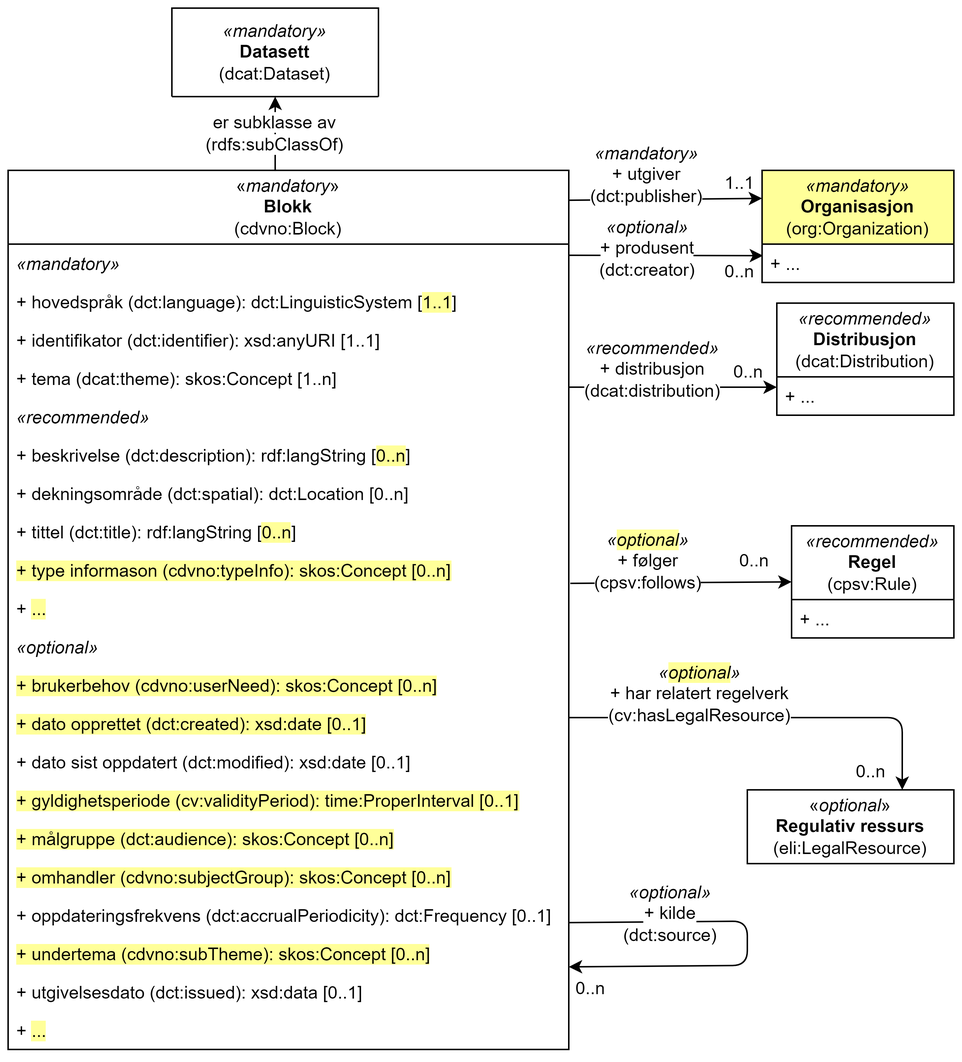
Before: docs/images/cdvno-block.png, a diagram exported from draw.io (Informasjonsforvaltning/cdvno). Source tidied: cells renumbered, new cells last; positions are measured from the earlier drawing's top-left corner, leaving out a move shared by most shapes.
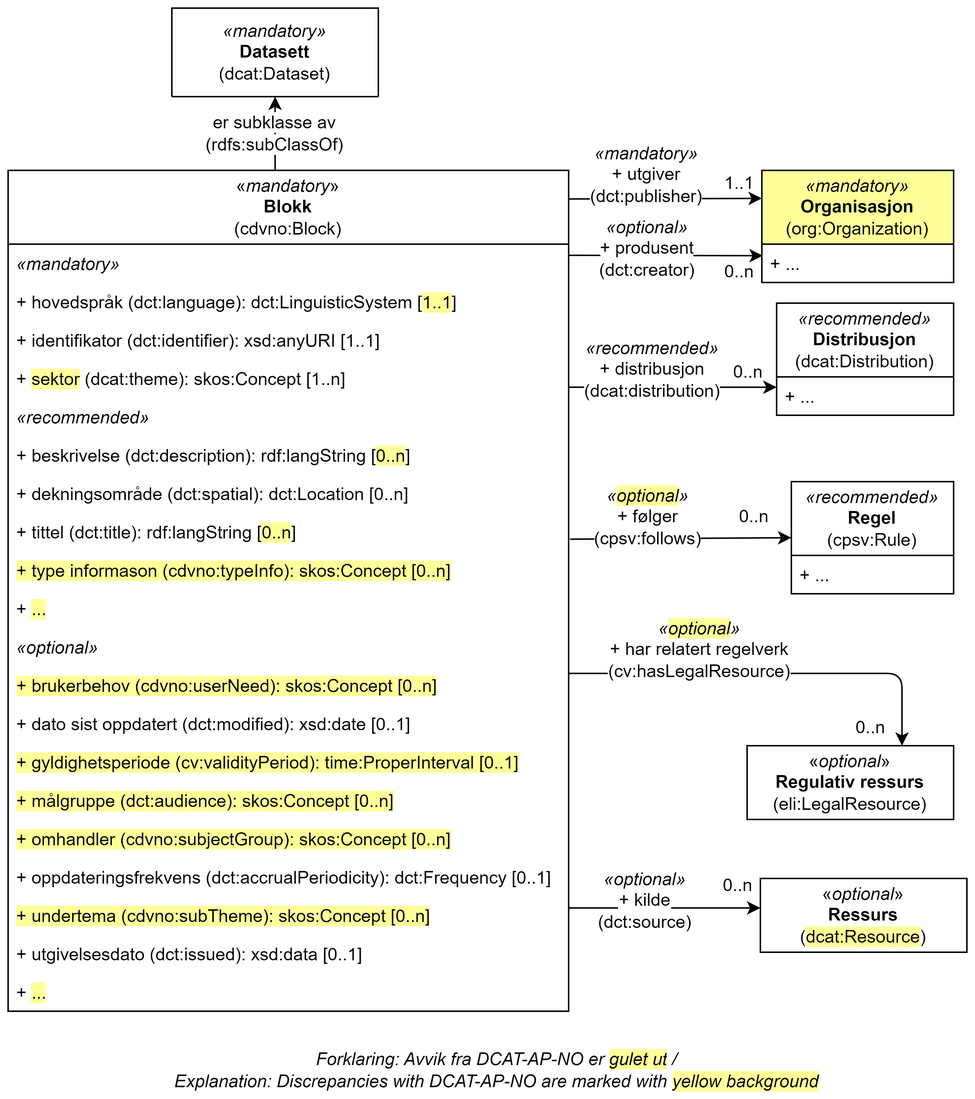
After the change.

Change to the diagram source:
```diff
@@ -55,7 +55,7 @@
       <mxGeometry x="128" y="60" width="106" height="50" as="geometry" />
     </mxCell>
     <mxCell id="18" value="«&lt;i&gt;mandatory&lt;/i&gt;»&lt;br&gt;&lt;b&gt;Blokk&lt;br&gt;&lt;/b&gt;(cdvno:Block)" style="swimlane;fontStyle=0;horizontal=1;startSize=50;fillColor=none;whiteSpace=wrap;html=1;" parent="1" vertex="1">
-      <mxGeometry y="110" width="380" height="596" as="geometry" />
+      <mxGeometry y="110" width="380" height="570" as="geometry" />
     </mxCell>
     <mxCell id="19" value="&lt;i&gt;«mandatory»&lt;/i&gt;" style="text;strokeColor=none;fillColor=none;align=left;verticalAlign=top;spacingLeft=4;spacingRight=4;overflow=hidden;points=[[0,0.5],[1,0.5]];portConstraint=eastwest;whiteSpace=wrap;html=1;" parent="18" vertex="1">
       <mxGeometry y="50" width="380" height="26" as="geometry" />
@@ -66,7 +66,7 @@
     <mxCell id="21" value="+ identifikator (dct:identifier): xsd:anyURI [1..1]" style="text;strokeColor=none;fillColor=none;align=left;verticalAlign=top;spacingLeft=4;spacingRight=4;overflow=hidden;whiteSpace=wrap;html=1;" parent="18" vertex="1">
       <mxGeometry y="102" width="380" height="26" as="geometry" />
     </mxCell>
-    <mxCell id="22" value="+ tema (dcat:theme): skos:Concept [1..n]" style="text;strokeColor=none;fillColor=none;align=left;verticalAlign=top;spacingLeft=4;spacingRight=4;overflow=hidden;whiteSpace=wrap;html=1;" parent="18" vertex="1">
+    <mxCell id="22" value="+ &lt;span style=&quot;background-color: rgb(255, 255, 153);&quot;&gt;sektor&lt;/span&gt; (dcat:theme): skos:Concept [1..n]" style="text;strokeColor=none;fillColor=none;align=left;verticalAlign=top;spacingLeft=4;spacingRight=4;overflow=hidden;whiteSpace=wrap;html=1;" parent="18" vertex="1">
       <mxGeometry y="128" width="380" height="26" as="geometry" />
     </mxCell>
     <mxCell id="23" value="&lt;i&gt;«recommended»&lt;/i&gt;" style="text;strokeColor=none;fillColor=none;align=left;verticalAlign=top;spacingLeft=4;spacingRight=4;overflow=hidden;whiteSpace=wrap;html=1;" parent="18" vertex="1">
@@ -93,82 +93,81 @@
     <mxCell id="30" value="&lt;span style=&quot;background-color: rgb(255, 255, 153);&quot;&gt;+ brukerbehov (cdvno:userNeed): skos:Concept [0..n]&lt;/span&gt;" style="text;strokeColor=none;fillColor=none;align=left;verticalAlign=top;spacingLeft=4;spacingRight=4;overflow=hidden;whiteSpace=wrap;html=1;" parent="18" vertex="1">
       <mxGeometry y="336" width="380" height="26" as="geometry" />
     </mxCell>
-    <mxCell id="31" value="&lt;span style=&quot;background-color: rgb(255, 255, 153);&quot;&gt;+ dato opprettet (dct:created): xsd:date [0..1]&lt;/span&gt;" style="text;strokeColor=none;fillColor=none;align=left;verticalAlign=top;spacingLeft=4;spacingRight=4;overflow=hidden;whiteSpace=wrap;html=1;" parent="18" vertex="1">
-      <mxGeometry y="362" width="380" height="26" as="geometry" />
-    </mxCell>
     <mxCell id="32" value="+ dato sist oppdatert (dct:modified): xsd:date [0..1]" style="text;strokeColor=none;fillColor=none;align=left;verticalAlign=top;spacingLeft=4;spacingRight=4;overflow=hidden;whiteSpace=wrap;html=1;" parent="18" vertex="1">
-      <mxGeometry y="388" width="380" height="26" as="geometry" />
+      <mxGeometry y="362" width="380" height="26" as="geometry" />
     </mxCell>
     <mxCell id="33" value="&lt;span style=&quot;background-color: rgb(255, 255, 153);&quot;&gt;+ gyldighetsperiode (cv:validityPeriod): time:ProperInterval [0..1]&lt;/span&gt;" style="text;strokeColor=none;fillColor=none;align=left;verticalAlign=top;spacingLeft=4;spacingRight=4;overflow=hidden;whiteSpace=wrap;html=1;" parent="18" vertex="1">
-      <mxGeometry y="414" width="380" height="26" as="geometry" />
+      <mxGeometry y="388" width="380" height="26" as="geometry" />
     </mxCell>
     <mxCell id="34" value="&lt;span style=&quot;background-color: rgb(255, 255, 153);&quot;&gt;+ målgruppe (dct:audience): skos:Concept [0..n]&lt;/span&gt;" style="text;strokeColor=none;fillColor=none;align=left;verticalAlign=top;spacingLeft=4;spacingRight=4;overflow=hidden;whiteSpace=wrap;html=1;" parent="18" vertex="1">
-      <mxGeometry y="440" width="380" height="26" as="geometry" />
+      <mxGeometry y="414" width="380" height="26" as="geometry" />
     </mxCell>
     <mxCell id="35" value="&lt;span style=&quot;background-color: rgb(255, 255, 153);&quot;&gt;+ omhandler (cdvno:subjectGroup): skos:Concept [0..n]&lt;/span&gt;" style="text;strokeColor=none;fillColor=none;align=left;verticalAlign=top;spacingLeft=4;spacingRight=4;overflow=hidden;whiteSpace=wrap;html=1;" parent="18" vertex="1">
-      <mxGeometry y="466" width="380" height="26" as="geometry" />
+      <mxGeometry y="440" width="380" height="26" as="geometry" />
     </mxCell>
     <mxCell id="36" value="+ oppdateringsfrekvens (dct:accrualPeriodicity):&amp;nbsp;dct:Frequency [0..1]" style="text;strokeColor=none;fillColor=none;align=left;verticalAlign=top;spacingLeft=4;spacingRight=4;overflow=hidden;whiteSpace=wrap;html=1;" parent="18" vertex="1">
-      <mxGeometry y="492" width="380" height="26" as="geometry" />
+      <mxGeometry y="466" width="380" height="26" as="geometry" />
     </mxCell>
     <mxCell id="37" value="&lt;span style=&quot;background-color: rgb(255, 255, 153);&quot;&gt;+ undertema (cdvno:subTheme): skos:Concept [0..n]&lt;/span&gt;" style="text;strokeColor=none;fillColor=none;align=left;verticalAlign=top;spacingLeft=4;spacingRight=4;overflow=hidden;whiteSpace=wrap;html=1;" parent="18" vertex="1">
-      <mxGeometry y="518" width="380" height="26" as="geometry" />
+      <mxGeometry y="492" width="380" height="26" as="geometry" />
     </mxCell>
     <mxCell id="38" value="+ utgivelsesdato (dct:issued): xsd:data [0..1]" style="text;strokeColor=none;fillColor=none;align=left;verticalAlign=top;spacingLeft=4;spacingRight=4;overflow=hidden;whiteSpace=wrap;html=1;" parent="18" vertex="1">
-      <mxGeometry y="544" width="380" height="26" as="geometry" />
+      <mxGeometry y="518" width="380" height="26" as="geometry" />
     </mxCell>
     <mxCell id="39" value="+ &lt;span style=&quot;background-color: rgb(255, 255, 153);&quot;&gt;...&lt;/span&gt;" style="text;strokeColor=none;fillColor=none;align=left;verticalAlign=top;spacingLeft=4;spacingRight=4;overflow=hidden;whiteSpace=wrap;html=1;" parent="18" vertex="1">
-      <mxGeometry y="570" width="380" height="26" as="geometry" />
+      <mxGeometry y="544" width="380" height="26" as="geometry" />
     </mxCell>
     <mxCell id="40" value="&lt;i style=&quot;border-color: var(--border-color);&quot;&gt;«recommended»&lt;/i&gt;&lt;br style=&quot;border-color: var(--border-color);&quot;&gt;&lt;b style=&quot;border-color: var(--border-color);&quot;&gt;Regel&lt;br style=&quot;border-color: var(--border-color);&quot;&gt;&lt;/b&gt;(cpsv:Rule)" style="swimlane;fontStyle=0;horizontal=1;startSize=50;fillColor=none;whiteSpace=wrap;html=1;" parent="1" vertex="1">
-      <mxGeometry x="531" y="351" width="110" height="76" as="geometry" />
+      <mxGeometry x="531" y="321" width="110" height="76" as="geometry" />
     </mxCell>
     <mxCell id="41" value="+ ..." style="text;strokeColor=none;fillColor=none;align=left;verticalAlign=top;spacingLeft=4;spacingRight=4;overflow=hidden;whiteSpace=wrap;html=1;" parent="40" vertex="1">
       <mxGeometry y="50" width="110" height="26" as="geometry" />
     </mxCell>
     <mxCell id="42" style="endArrow=classic;html=1;rounded=0;entryX=0;entryY=0.5;entryDx=0;entryDy=0;" parent="1" edge="1" target="40">
       <mxGeometry relative="1" as="geometry">
-        <mxPoint x="381" y="390" as="sourcePoint" />
+        <mxPoint x="381" y="360" as="sourcePoint" />
       </mxGeometry>
     </mxCell>
     <mxCell id="43" value="&lt;i style=&quot;border-color: var(--border-color);&quot;&gt;«&lt;span style=&quot;background-color: rgb(255, 255, 153);&quot;&gt;optional&lt;/span&gt;»&lt;br&gt;&lt;/i&gt;&lt;span style=&quot;background-color: rgb(255, 255, 255);&quot;&gt;+ følger&lt;br&gt;(cpsv:follows)&lt;/span&gt;" style="text;html=1;strokeColor=none;fillColor=none;align=center;verticalAlign=middle;whiteSpace=wrap;rounded=0;" parent="1" vertex="1">
-      <mxGeometry x="402" y="360" width="64" height="30" as="geometry" />
+      <mxGeometry x="402" y="330" width="64" height="30" as="geometry" />
     </mxCell>
     <mxCell id="44" value="0..n" style="text;html=1;strokeColor=none;fillColor=none;align=center;verticalAlign=middle;whiteSpace=wrap;rounded=0;" parent="1" vertex="1">
-      <mxGeometry x="491" y="360" width="30" height="30" as="geometry" />
+      <mxGeometry x="491" y="330" width="30" height="30" as="geometry" />
     </mxCell>
     <mxCell id="45" value="«&lt;i&gt;optional&lt;/i&gt;»&lt;br&gt;&lt;b&gt;Regulativ ressurs&lt;/b&gt;&lt;br&gt;(eli:LegalResource)" style="rounded=0;whiteSpace=wrap;html=1;fillColor=default;strokeColor=#000000;" parent="1" vertex="1">
-      <mxGeometry x="501" y="530" width="140" height="50" as="geometry" />
+      <mxGeometry x="501" y="500" width="140" height="50" as="geometry" />
     </mxCell>
     <mxCell id="46" style="endArrow=classic;html=1;rounded=1;exitX=1;exitY=0.5;exitDx=0;exitDy=0;entryX=0.75;entryY=0;entryDx=0;entryDy=0;" parent="1" edge="1" target="45">
       <mxGeometry relative="1" as="geometry">
-        <mxPoint x="380" y="481" as="sourcePoint" />
+        <mxPoint x="380" y="451" as="sourcePoint" />
         <Array as="points">
-          <mxPoint x="606" y="481" />
+          <mxPoint x="606" y="451" />
         </Array>
       </mxGeometry>
     </mxCell>
     <mxCell id="47" value="&lt;i style=&quot;border-color: var(--border-color);&quot;&gt;«&lt;span style=&quot;background-color: rgb(255, 255, 153);&quot;&gt;optional&lt;/span&gt;»&lt;br&gt;&lt;/i&gt;&lt;span style=&quot;background-color: rgb(255, 255, 255);&quot;&gt;+ har relatert regelverk&lt;br&gt;(cv:hasLegalResource)&lt;/span&gt;" style="text;html=1;strokeColor=none;fillColor=none;align=center;verticalAlign=middle;whiteSpace=wrap;rounded=0;" parent="1" vertex="1">
-      <mxGeometry x="437" y="450" width="64" height="30" as="geometry" />
+      <mxGeometry x="437" y="420" width="64" height="30" as="geometry" />
     </mxCell>
     <mxCell id="48" value="0..n" style="text;html=1;strokeColor=none;fillColor=none;align=center;verticalAlign=middle;whiteSpace=wrap;rounded=0;" parent="1" vertex="1">
-      <mxGeometry x="570" y="503" width="30" height="30" as="geometry" />
+      <mxGeometry x="570" y="473" width="30" height="30" as="geometry" />
     </mxCell>
-    <mxCell id="49" style="endArrow=classic;html=1;rounded=1;exitX=1;exitY=0.5;exitDx=0;exitDy=0;entryX=1;entryY=0.5;entryDx=0;entryDy=0;" parent="1" edge="1">
+    <mxCell id="49" style="endArrow=classic;html=1;rounded=1;" parent="1" edge="1">
       <mxGeometry relative="1" as="geometry">
-        <mxPoint x="380" y="620" as="sourcePoint" />
-        <mxPoint x="380" y="650" as="targetPoint" />
-        <Array as="points">
-          <mxPoint x="501" y="619" />
-          <mxPoint x="501" y="649" />
-        </Array>
+        <mxPoint x="380" y="610" as="sourcePoint" />
+        <mxPoint x="510" y="610" as="targetPoint" />
       </mxGeometry>
     </mxCell>
     <mxCell id="50" value="&lt;i style=&quot;border-color: var(--border-color);&quot;&gt;«&lt;span style=&quot;background-color: rgb(255, 255, 255);&quot;&gt;optional&lt;/span&gt;»&lt;br&gt;&lt;/i&gt;&lt;span style=&quot;background-color: rgb(255, 255, 255);&quot;&gt;+ kilde&lt;br&gt;(dct:source)&lt;/span&gt;" style="text;html=1;strokeColor=none;fillColor=none;align=center;verticalAlign=middle;whiteSpace=wrap;rounded=0;" parent="1" vertex="1">
-      <mxGeometry x="417" y="599" width="64" height="30" as="geometry" />
+      <mxGeometry x="400" y="590" width="64" height="30" as="geometry" />
     </mxCell>
     <mxCell id="51" value="0..n" style="text;html=1;strokeColor=none;fillColor=none;align=center;verticalAlign=middle;whiteSpace=wrap;rounded=0;" parent="1" vertex="1">
-      <mxGeometry x="380" y="650" width="30" height="30" as="geometry" />
+      <mxGeometry x="480" y="580" width="30" height="30" as="geometry" />
     </mxCell>
+    <mxCell id="52" value="«&lt;i&gt;optional&lt;/i&gt;»&lt;br&gt;&lt;b&gt;Ressurs&lt;/b&gt;&lt;br&gt;(&lt;span style=&quot;background-color: rgb(255, 255, 153);&quot;&gt;dcat:Resource&lt;/span&gt;)" style="rounded=0;whiteSpace=wrap;html=1;fillColor=default;strokeColor=#000000;" parent="1" vertex="1">
+      <mxGeometry x="510" y="590" width="140" height="50" as="geometry" />
+    </mxCell>
+    <mxCell id="53" value="Forklaring: Avvik fra DCAT-AP-NO er&amp;nbsp;&lt;span style=&quot;background-color: rgb(255, 255, 153);&quot;&gt;gulet ut&lt;/span&gt;&lt;span style=&quot;background-color: rgb(255 , 255 , 255)&quot;&gt;&amp;nbsp;/ &lt;br&gt;Explanation: Discrepancies with DCAT-AP-NO&amp;nbsp;are marked with&amp;nbsp;&lt;/span&gt;&lt;span style=&quot;background-color: rgb(255, 255, 153);&quot;&gt;yellow background&lt;/span&gt;" style="text;html=1;strokeColor=none;fillColor=none;align=center;verticalAlign=middle;whiteSpace=wrap;rounded=0;fontStyle=2;" parent="1" vertex="1">
+      <mxGeometry x="81" y="710" width="501" height="20" as="geometry" />
+    </mxCell>
   </root>
 </mxGraphModel>
```
